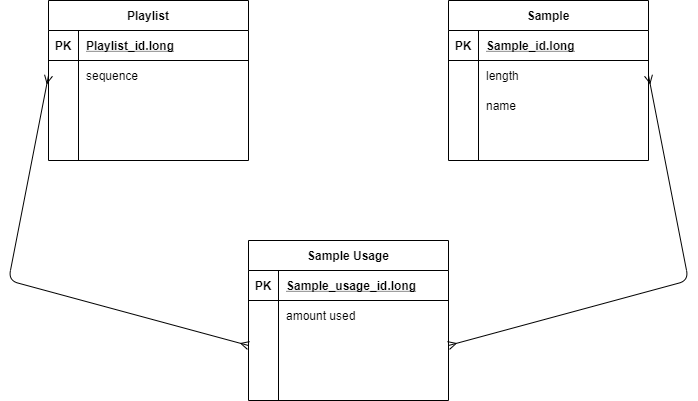
jdrake16/lofi-studio keeps this draw.io diagram as docs/img/erd.png. Above is the earlier version. Source tidied: cells renumbered, new cells last; positions are measured from the earlier drawing's top-left corner, leaving out a move shared by most shapes.
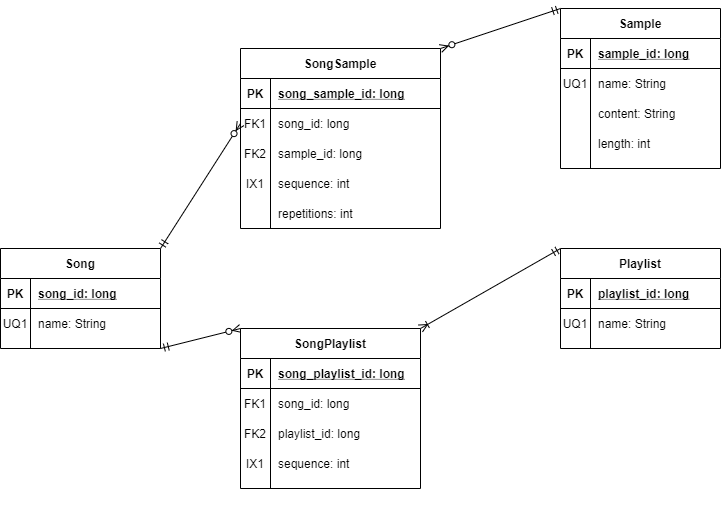
Later version of the same file.

What changed in the source:
```diff
@@ -2,139 +2,194 @@
   <root>
     <mxCell id="0" />
     <mxCell id="1" parent="0" />
-    <mxCell id="2" value="Playlist" style="shape=table;startSize=30;rowLines=0;fontStyle=1;align=center;" parent="1" vertex="1">
-      <mxGeometry x="40" width="200" height="160" as="geometry" />
-    </mxCell>
-    <mxCell id="3" style="shape=partialRectangle;fillColor=none;top=0;left=0;bottom=1;right=0;" parent="2" vertex="1">
-      <mxGeometry y="30" width="200" height="30" as="geometry" />
-    </mxCell>
-    <mxCell id="4" value="PK" style="shape=partialRectangle;fillColor=none;top=0;left=0;bottom=0;right=0;fontStyle=1;overflow=hidden;" parent="3" vertex="1">
-      <mxGeometry width="30" height="30" as="geometry" />
-    </mxCell>
-    <mxCell id="5" value="Playlist_id.long" style="shape=partialRectangle;fillColor=none;top=0;left=0;bottom=0;right=0;align=left;spacingLeft=6;fontStyle=5;overflow=hidden;" parent="3" vertex="1">
-      <mxGeometry x="30" width="170" height="30" as="geometry" />
-    </mxCell>
-    <mxCell id="6" style="shape=partialRectangle;fillColor=none;top=0;left=0;bottom=0;right=0;points=[[0,0.5],[1,0.5]];portConstraint=eastwest;" parent="2" vertex="1">
-      <mxGeometry y="60" width="200" height="30" as="geometry" />
-    </mxCell>
-    <mxCell id="7" style="shape=partialRectangle;fillColor=none;top=0;left=0;bottom=0;right=0;overflow=hidden;" parent="6" vertex="1">
-      <mxGeometry width="30" height="30" as="geometry" />
-    </mxCell>
-    <mxCell id="8" value="sequence" style="shape=partialRectangle;fillColor=none;top=0;left=0;bottom=0;right=0;align=left;spacingLeft=6;overflow=hidden;" parent="6" vertex="1">
-      <mxGeometry x="30" width="170" height="30" as="geometry" />
-    </mxCell>
-    <mxCell id="9" style="shape=partialRectangle;fillColor=none;top=0;left=0;bottom=0;right=0;" parent="2" vertex="1">
-      <mxGeometry y="90" width="200" height="30" as="geometry" />
-    </mxCell>
-    <mxCell id="10" style="shape=partialRectangle;fillColor=none;top=0;left=0;bottom=0;right=0;overflow=hidden;" parent="9" vertex="1">
-      <mxGeometry width="30" height="30" as="geometry" />
-    </mxCell>
-    <mxCell id="11" style="shape=partialRectangle;fillColor=none;top=0;left=0;bottom=0;right=0;align=left;spacingLeft=6;overflow=hidden;" parent="9" vertex="1">
-      <mxGeometry x="30" width="170" height="30" as="geometry" />
-    </mxCell>
-    <mxCell id="12" style="shape=partialRectangle;fillColor=none;top=0;left=0;bottom=0;right=0;" parent="2" vertex="1">
-      <mxGeometry y="120" width="200" height="30" as="geometry" />
-    </mxCell>
-    <mxCell id="13" style="shape=partialRectangle;fillColor=none;top=0;left=0;bottom=0;right=0;overflow=hidden;" parent="12" vertex="1">
-      <mxGeometry width="30" height="30" as="geometry" />
-    </mxCell>
-    <mxCell id="14" style="shape=partialRectangle;fillColor=none;top=0;left=0;bottom=0;right=0;align=left;spacingLeft=6;overflow=hidden;" parent="12" vertex="1">
-      <mxGeometry x="30" width="170" height="30" as="geometry" />
-    </mxCell>
+    <mxCell id="44" style="shape=partialRectangle;fillColor=none;top=0;left=0;bottom=0;right=0;" parent="1" vertex="1">
+      <mxGeometry y="450" width="200" height="30" as="geometry" />
+    </mxCell>
+    <mxCell id="45" style="shape=partialRectangle;fillColor=none;top=0;left=0;bottom=0;right=0;overflow=hidden;" parent="44" vertex="1">
+      <mxGeometry width="30" height="30" as="geometry" />
+    </mxCell>
+    <mxCell id="46" style="shape=partialRectangle;fillColor=none;top=0;left=0;bottom=0;right=0;align=left;spacingLeft=6;overflow=hidden;" parent="44" vertex="1">
+      <mxGeometry x="30" width="170" height="30" as="geometry" />
+    </mxCell>
+    <mxCell id="47" style="shape=partialRectangle;fillColor=none;top=0;left=0;bottom=0;right=0;" parent="1" vertex="1">
+      <mxGeometry x="240" y="150" width="180" height="30" as="geometry" />
+    </mxCell>
+    <mxCell id="48" style="shape=partialRectangle;fillColor=none;top=0;left=0;bottom=0;right=0;overflow=hidden;" parent="47" vertex="1">
+      <mxGeometry width="30" height="30" as="geometry" />
+    </mxCell>
+    <mxCell id="49" value="repetitions: int" style="shape=partialRectangle;fillColor=none;top=0;left=0;bottom=0;right=0;align=left;spacingLeft=6;overflow=hidden;" parent="47" vertex="1">
+      <mxGeometry x="30" width="150" height="30" as="geometry" />
+    </mxCell>
+    <mxCell id="50" style="fontSize=12;html=1;endArrow=ERzeroToMany;endFill=1;exitX=1;exitY=0;exitDx=0;exitDy=0;entryX=0;entryY=0.5;entryDx=0;entryDy=0;startArrow=ERmandOne;startFill=0;" parent="1" edge="1" source="67" target="58">
+      <mxGeometry relative="1" as="geometry" />
+    </mxCell>
+    <mxCell id="51" style="fontSize=12;html=1;endArrow=ERmandOne;endFill=0;entryX=0;entryY=0;entryDx=0;entryDy=0;exitX=1;exitY=0;exitDx=0;exitDy=0;startArrow=ERzeroToMany;startFill=1;" parent="1" edge="1" source="54" target="15">
+      <mxGeometry relative="1" as="geometry" />
+    </mxCell>
+    <mxCell id="52" style="fontSize=12;html=1;endArrow=ERzeroToMany;startArrow=ERmandOne;exitX=1;exitY=1;exitDx=0;exitDy=0;entryX=0;entryY=0;entryDx=0;entryDy=0;endFill=1;" parent="1" edge="1" source="67" target="74">
+      <mxGeometry relative="1" as="geometry" />
+    </mxCell>
+    <mxCell id="53" style="fontSize=12;html=1;endArrow=ERoneToMany;startArrow=ERmandOne;entryX=1;entryY=0;entryDx=0;entryDy=0;endFill=0;exitX=0;exitY=0;exitDx=0;exitDy=0;" parent="1" edge="1" source="2" target="74">
+      <mxGeometry relative="1" as="geometry" />
+    </mxCell>
+    <mxCell id="54" value="SongSample" style="shape=table;startSize=30;rowLines=0;fontStyle=1;align=center;" parent="1" vertex="1">
+      <mxGeometry x="240" width="200" height="180" as="geometry" />
+    </mxCell>
+    <mxCell id="55" style="shape=partialRectangle;fillColor=none;top=0;left=0;bottom=1;right=0;" parent="54" vertex="1">
+      <mxGeometry y="30" width="200" height="30" as="geometry" />
+    </mxCell>
+    <mxCell id="56" value="PK" style="shape=partialRectangle;fillColor=none;top=0;left=0;bottom=0;right=0;fontStyle=1;overflow=hidden;" parent="55" vertex="1">
+      <mxGeometry width="30" height="30" as="geometry" />
+    </mxCell>
+    <mxCell id="57" value="song_sample_id: long" style="shape=partialRectangle;fillColor=none;top=0;left=0;bottom=0;right=0;align=left;spacingLeft=6;fontStyle=5;overflow=hidden;" parent="55" vertex="1">
+      <mxGeometry x="30" width="170" height="30" as="geometry" />
+    </mxCell>
+    <mxCell id="58" style="shape=partialRectangle;fillColor=none;top=0;left=0;bottom=0;right=0;points=[[0,0.5],[1,0.5]];portConstraint=eastwest;" parent="54" vertex="1">
+      <mxGeometry y="60" width="200" height="30" as="geometry" />
+    </mxCell>
+    <mxCell id="59" value="FK1" style="shape=partialRectangle;fillColor=none;top=0;left=0;bottom=0;right=0;overflow=hidden;" parent="58" vertex="1">
+      <mxGeometry width="30" height="30" as="geometry" />
+    </mxCell>
+    <mxCell id="60" value="song_id: long" style="shape=partialRectangle;fillColor=none;top=0;left=0;bottom=0;right=0;align=left;spacingLeft=6;overflow=hidden;" parent="58" vertex="1">
+      <mxGeometry x="30" width="170" height="30" as="geometry" />
+    </mxCell>
+    <mxCell id="61" style="shape=partialRectangle;fillColor=none;top=0;left=0;bottom=0;right=0;" parent="54" vertex="1">
+      <mxGeometry y="90" width="200" height="30" as="geometry" />
+    </mxCell>
+    <mxCell id="62" value="FK2" style="shape=partialRectangle;fillColor=none;top=0;left=0;bottom=0;right=0;overflow=hidden;" parent="61" vertex="1">
+      <mxGeometry width="30" height="30" as="geometry" />
+    </mxCell>
+    <mxCell id="63" value="sample_id: long" style="shape=partialRectangle;fillColor=none;top=0;left=0;bottom=0;right=0;align=left;spacingLeft=6;overflow=hidden;" parent="61" vertex="1">
+      <mxGeometry x="30" width="170" height="30" as="geometry" />
+    </mxCell>
+    <mxCell id="64" style="shape=partialRectangle;fillColor=none;top=0;left=0;bottom=0;right=0;" parent="54" vertex="1">
+      <mxGeometry y="120" width="200" height="30" as="geometry" />
+    </mxCell>
+    <mxCell id="65" value="IX1" style="shape=partialRectangle;fillColor=none;top=0;left=0;bottom=0;right=0;overflow=hidden;" parent="64" vertex="1">
+      <mxGeometry width="30" height="30" as="geometry" />
+    </mxCell>
+    <mxCell id="66" value="sequence: int" style="shape=partialRectangle;fillColor=none;top=0;left=0;bottom=0;right=0;align=left;spacingLeft=6;overflow=hidden;" parent="64" vertex="1">
+      <mxGeometry x="30" width="170" height="30" as="geometry" />
+    </mxCell>
     <mxCell id="15" value="Sample" style="shape=table;startSize=30;rowLines=0;fontStyle=1;align=center;" parent="1" vertex="1">
-      <mxGeometry x="440" width="200" height="160" as="geometry" />
+      <mxGeometry x="560" y="-40" width="160" height="160" as="geometry" />
     </mxCell>
     <mxCell id="16" style="shape=partialRectangle;fillColor=none;top=0;left=0;bottom=1;right=0;" parent="15" vertex="1">
-      <mxGeometry y="30" width="200" height="30" as="geometry" />
+      <mxGeometry y="30" width="160" height="30" as="geometry" />
     </mxCell>
     <mxCell id="17" value="PK" style="shape=partialRectangle;fillColor=none;top=0;left=0;bottom=0;right=0;fontStyle=1;overflow=hidden;" parent="16" vertex="1">
       <mxGeometry width="30" height="30" as="geometry" />
     </mxCell>
-    <mxCell id="18" value="Sample_id.long" style="shape=partialRectangle;fillColor=none;top=0;left=0;bottom=0;right=0;align=left;spacingLeft=6;fontStyle=5;overflow=hidden;" parent="16" vertex="1">
-      <mxGeometry x="30" width="170" height="30" as="geometry" />
+    <mxCell id="18" value="sample_id: long" style="shape=partialRectangle;fillColor=none;top=0;left=0;bottom=0;right=0;align=left;spacingLeft=6;fontStyle=5;overflow=hidden;" parent="16" vertex="1">
+      <mxGeometry x="30" width="130" height="30" as="geometry" />
     </mxCell>
     <mxCell id="19" style="shape=partialRectangle;fillColor=none;top=0;left=0;bottom=0;right=0;points=[[0,0.5],[1,0.5]];portConstraint=eastwest;" parent="15" vertex="1">
-      <mxGeometry y="60" width="200" height="30" as="geometry" />
+      <mxGeometry y="60" width="160" height="30" as="geometry" />
     </mxCell>
-    <mxCell id="20" style="shape=partialRectangle;fillColor=none;top=0;left=0;bottom=0;right=0;overflow=hidden;" parent="19" vertex="1">
+    <mxCell id="20" value="UQ1" style="shape=partialRectangle;fillColor=none;top=0;left=0;bottom=0;right=0;overflow=hidden;" parent="19" vertex="1">
       <mxGeometry width="30" height="30" as="geometry" />
     </mxCell>
-    <mxCell id="21" value="length" style="shape=partialRectangle;fillColor=none;top=0;left=0;bottom=0;right=0;align=left;spacingLeft=6;overflow=hidden;" parent="19" vertex="1">
-      <mxGeometry x="30" width="170" height="30" as="geometry" />
+    <mxCell id="21" value="name: String" style="shape=partialRectangle;fillColor=none;top=0;left=0;bottom=0;right=0;align=left;spacingLeft=6;overflow=hidden;" parent="19" vertex="1">
+      <mxGeometry x="30" width="130" height="30" as="geometry" />
     </mxCell>
     <mxCell id="22" style="shape=partialRectangle;fillColor=none;top=0;left=0;bottom=0;right=0;" parent="15" vertex="1">
-      <mxGeometry y="90" width="200" height="30" as="geometry" />
+      <mxGeometry y="90" width="160" height="30" as="geometry" />
     </mxCell>
     <mxCell id="23" style="shape=partialRectangle;fillColor=none;top=0;left=0;bottom=0;right=0;overflow=hidden;" parent="22" vertex="1">
       <mxGeometry width="30" height="30" as="geometry" />
     </mxCell>
-    <mxCell id="24" value="name" style="shape=partialRectangle;fillColor=none;top=0;left=0;bottom=0;right=0;align=left;spacingLeft=6;overflow=hidden;" parent="22" vertex="1">
-      <mxGeometry x="30" width="170" height="30" as="geometry" />
+    <mxCell id="24" value="content: String" style="shape=partialRectangle;fillColor=none;top=0;left=0;bottom=0;right=0;align=left;spacingLeft=6;overflow=hidden;" parent="22" vertex="1">
+      <mxGeometry x="30" width="130" height="30" as="geometry" />
     </mxCell>
     <mxCell id="25" style="shape=partialRectangle;fillColor=none;top=0;left=0;bottom=0;right=0;" parent="15" vertex="1">
-      <mxGeometry y="120" width="200" height="30" as="geometry" />
+      <mxGeometry y="120" width="160" height="30" as="geometry" />
     </mxCell>
     <mxCell id="26" style="shape=partialRectangle;fillColor=none;top=0;left=0;bottom=0;right=0;overflow=hidden;" parent="25" vertex="1">
       <mxGeometry width="30" height="30" as="geometry" />
     </mxCell>
-    <mxCell id="27" style="shape=partialRectangle;fillColor=none;top=0;left=0;bottom=0;right=0;align=left;spacingLeft=6;overflow=hidden;" parent="25" vertex="1">
-      <mxGeometry x="30" width="170" height="30" as="geometry" />
+    <mxCell id="27" value="length: int" style="shape=partialRectangle;fillColor=none;top=0;left=0;bottom=0;right=0;align=left;spacingLeft=6;overflow=hidden;" parent="25" vertex="1">
+      <mxGeometry x="30" width="130" height="30" as="geometry" />
     </mxCell>
-    <mxCell id="28" value="Sample Usage" style="shape=table;startSize=30;rowLines=0;fontStyle=1;align=center;" parent="1" vertex="1">
-      <mxGeometry x="240" y="240" width="200" height="160" as="geometry" />
-    </mxCell>
-    <mxCell id="29" style="shape=partialRectangle;fillColor=none;top=0;left=0;bottom=1;right=0;" parent="28" vertex="1">
-      <mxGeometry y="30" width="200" height="30" as="geometry" />
-    </mxCell>
-    <mxCell id="30" value="PK" style="shape=partialRectangle;fillColor=none;top=0;left=0;bottom=0;right=0;fontStyle=1;overflow=hidden;" parent="29" vertex="1">
-      <mxGeometry width="30" height="30" as="geometry" />
-    </mxCell>
-    <mxCell id="31" value="Sample_usage_id.long" style="shape=partialRectangle;fillColor=none;top=0;left=0;bottom=0;right=0;align=left;spacingLeft=6;fontStyle=5;overflow=hidden;" parent="29" vertex="1">
-      <mxGeometry x="30" width="170" height="30" as="geometry" />
-    </mxCell>
-    <mxCell id="32" style="shape=partialRectangle;fillColor=none;top=0;left=0;bottom=0;right=0;" parent="28" vertex="1">
-      <mxGeometry y="60" width="200" height="30" as="geometry" />
-    </mxCell>
-    <mxCell id="33" style="shape=partialRectangle;fillColor=none;top=0;left=0;bottom=0;right=0;overflow=hidden;" parent="32" vertex="1">
-      <mxGeometry width="30" height="30" as="geometry" />
-    </mxCell>
-    <mxCell id="34" value="amount used" style="shape=partialRectangle;fillColor=none;top=0;left=0;bottom=0;right=0;align=left;spacingLeft=6;overflow=hidden;" parent="32" vertex="1">
-      <mxGeometry x="30" width="170" height="30" as="geometry" />
-    </mxCell>
-    <mxCell id="35" style="shape=partialRectangle;fillColor=none;top=0;left=0;bottom=0;right=0;points=[[0,0.5],[1,0.5]];portConstraint=eastwest;" parent="28" vertex="1">
-      <mxGeometry y="90" width="200" height="30" as="geometry" />
-    </mxCell>
-    <mxCell id="36" style="shape=partialRectangle;fillColor=none;top=0;left=0;bottom=0;right=0;overflow=hidden;" parent="35" vertex="1">
-      <mxGeometry width="30" height="30" as="geometry" />
-    </mxCell>
-    <mxCell id="37" style="shape=partialRectangle;fillColor=none;top=0;left=0;bottom=0;right=0;align=left;spacingLeft=6;overflow=hidden;" parent="35" vertex="1">
-      <mxGeometry x="30" width="170" height="30" as="geometry" />
-    </mxCell>
-    <mxCell id="38" style="shape=partialRectangle;fillColor=none;top=0;left=0;bottom=0;right=0;" parent="28" vertex="1">
-      <mxGeometry y="120" width="200" height="30" as="geometry" />
-    </mxCell>
-    <mxCell id="39" style="shape=partialRectangle;fillColor=none;top=0;left=0;bottom=0;right=0;overflow=hidden;" parent="38" vertex="1">
-      <mxGeometry width="30" height="30" as="geometry" />
-    </mxCell>
-    <mxCell id="40" style="shape=partialRectangle;fillColor=none;top=0;left=0;bottom=0;right=0;align=left;spacingLeft=6;overflow=hidden;" parent="38" vertex="1">
-      <mxGeometry x="30" width="170" height="30" as="geometry" />
-    </mxCell>
-    <mxCell id="41" style="fontSize=12;html=1;endArrow=ERmany;startArrow=ERmany;entryX=0;entryY=0.5;entryDx=0;entryDy=0;exitX=0;exitY=0.5;exitDx=0;exitDy=0;" parent="1" edge="1" source="35" target="6">
-      <mxGeometry relative="1" as="geometry">
-        <Array as="points">
-          <mxPoint y="280" />
-        </Array>
-      </mxGeometry>
-    </mxCell>
-    <mxCell id="42" style="fontSize=12;html=1;endArrow=ERmany;startArrow=ERmany;exitX=1;exitY=0.5;exitDx=0;exitDy=0;entryX=1;entryY=0.5;entryDx=0;entryDy=0;" parent="1" edge="1" source="35" target="19">
-      <mxGeometry relative="1" as="geometry">
-        <Array as="points">
-          <mxPoint x="680" y="280" />
-        </Array>
-      </mxGeometry>
-    </mxCell>
-    <mxCell id="43" style="shape=partialRectangle;fillColor=none;top=0;left=0;bottom=0;right=0;align=left;spacingLeft=6;overflow=hidden;" parent="1" vertex="1">
-      <mxGeometry x="270" y="330" width="170" height="30" as="geometry" />
-    </mxCell>
+    <mxCell id="67" value="Song" style="shape=table;startSize=30;rowLines=0;fontStyle=1;align=center;" parent="1" vertex="1">
+      <mxGeometry y="200" width="160" height="100" as="geometry" />
+    </mxCell>
+    <mxCell id="68" style="shape=partialRectangle;fillColor=none;top=0;left=0;bottom=1;right=0;" parent="67" vertex="1">
+      <mxGeometry y="30" width="160" height="30" as="geometry" />
+    </mxCell>
+    <mxCell id="69" value="PK" style="shape=partialRectangle;fillColor=none;top=0;left=0;bottom=0;right=0;fontStyle=1;overflow=hidden;" parent="68" vertex="1">
+      <mxGeometry width="30" height="30" as="geometry" />
+    </mxCell>
+    <mxCell id="70" value="song_id: long" style="shape=partialRectangle;fillColor=none;top=0;left=0;bottom=0;right=0;align=left;spacingLeft=6;fontStyle=5;overflow=hidden;" parent="68" vertex="1">
+      <mxGeometry x="30" width="130" height="30" as="geometry" />
+    </mxCell>
+    <mxCell id="71" style="shape=partialRectangle;fillColor=none;top=0;left=0;bottom=0;right=0;" parent="67" vertex="1">
+      <mxGeometry y="60" width="160" height="30" as="geometry" />
+    </mxCell>
+    <mxCell id="72" value="UQ1" style="shape=partialRectangle;fillColor=none;top=0;left=0;bottom=0;right=0;overflow=hidden;" parent="71" vertex="1">
+      <mxGeometry width="30" height="30" as="geometry" />
+    </mxCell>
+    <mxCell id="73" value="name: String" style="shape=partialRectangle;fillColor=none;top=0;left=0;bottom=0;right=0;align=left;spacingLeft=6;overflow=hidden;" parent="71" vertex="1">
+      <mxGeometry x="30" width="130" height="30" as="geometry" />
+    </mxCell>
+    <mxCell id="74" value="SongPlaylist" style="shape=table;startSize=30;rowLines=0;fontStyle=1;align=center;" parent="1" vertex="1">
+      <mxGeometry x="240" y="280" width="180" height="160" as="geometry" />
+    </mxCell>
+    <mxCell id="75" style="shape=partialRectangle;fillColor=none;top=0;left=0;bottom=1;right=0;" parent="74" vertex="1">
+      <mxGeometry y="30" width="180" height="30" as="geometry" />
+    </mxCell>
+    <mxCell id="76" value="PK" style="shape=partialRectangle;fillColor=none;top=0;left=0;bottom=0;right=0;fontStyle=1;overflow=hidden;" parent="75" vertex="1">
+      <mxGeometry width="30" height="30" as="geometry" />
+    </mxCell>
+    <mxCell id="77" value="song_playlist_id: long" style="shape=partialRectangle;fillColor=none;top=0;left=0;bottom=0;right=0;align=left;spacingLeft=6;fontStyle=5;overflow=hidden;" parent="75" vertex="1">
+      <mxGeometry x="30" width="150" height="30" as="geometry" />
+    </mxCell>
+    <mxCell id="78" style="shape=partialRectangle;fillColor=none;top=0;left=0;bottom=0;right=0;" parent="74" vertex="1">
+      <mxGeometry y="60" width="180" height="30" as="geometry" />
+    </mxCell>
+    <mxCell id="79" value="FK1" style="shape=partialRectangle;fillColor=none;top=0;left=0;bottom=0;right=0;overflow=hidden;" parent="78" vertex="1">
+      <mxGeometry width="30" height="30" as="geometry" />
+    </mxCell>
+    <mxCell id="80" value="song_id: long" style="shape=partialRectangle;fillColor=none;top=0;left=0;bottom=0;right=0;align=left;spacingLeft=6;overflow=hidden;" parent="78" vertex="1">
+      <mxGeometry x="30" width="150" height="30" as="geometry" />
+    </mxCell>
+    <mxCell id="81" style="shape=partialRectangle;fillColor=none;top=0;left=0;bottom=0;right=0;" parent="74" vertex="1">
+      <mxGeometry y="90" width="180" height="30" as="geometry" />
+    </mxCell>
+    <mxCell id="82" value="FK2" style="shape=partialRectangle;fillColor=none;top=0;left=0;bottom=0;right=0;overflow=hidden;" parent="81" vertex="1">
+      <mxGeometry width="30" height="30" as="geometry" />
+    </mxCell>
+    <mxCell id="83" value="playlist_id: long" style="shape=partialRectangle;fillColor=none;top=0;left=0;bottom=0;right=0;align=left;spacingLeft=6;overflow=hidden;" parent="81" vertex="1">
+      <mxGeometry x="30" width="150" height="30" as="geometry" />
+    </mxCell>
+    <mxCell id="84" style="shape=partialRectangle;fillColor=none;top=0;left=0;bottom=0;right=0;" parent="74" vertex="1">
+      <mxGeometry y="120" width="180" height="30" as="geometry" />
+    </mxCell>
+    <mxCell id="85" value="IX1" style="shape=partialRectangle;fillColor=none;top=0;left=0;bottom=0;right=0;overflow=hidden;" parent="84" vertex="1">
+      <mxGeometry width="30" height="30" as="geometry" />
+    </mxCell>
+    <mxCell id="86" value="sequence: int" style="shape=partialRectangle;fillColor=none;top=0;left=0;bottom=0;right=0;align=left;spacingLeft=6;overflow=hidden;" parent="84" vertex="1">
+      <mxGeometry x="30" width="150" height="30" as="geometry" />
+    </mxCell>
+    <mxCell id="2" value="Playlist" style="shape=table;startSize=30;rowLines=0;fontStyle=1;align=center;" parent="1" vertex="1">
+      <mxGeometry x="560" y="200" width="160" height="100" as="geometry" />
+    </mxCell>
+    <mxCell id="87" style="shape=partialRectangle;fillColor=none;top=0;left=0;bottom=1;right=0;" parent="2" vertex="1">
+      <mxGeometry y="30" width="160" height="30" as="geometry" />
+    </mxCell>
+    <mxCell id="88" value="PK" style="shape=partialRectangle;fillColor=none;top=0;left=0;bottom=0;right=0;fontStyle=1;overflow=hidden;" parent="87" vertex="1">
+      <mxGeometry width="30" height="30" as="geometry" />
+    </mxCell>
+    <mxCell id="89" value="playlist_id: long" style="shape=partialRectangle;fillColor=none;top=0;left=0;bottom=0;right=0;align=left;spacingLeft=6;fontStyle=5;overflow=hidden;" parent="87" vertex="1">
+      <mxGeometry x="30" width="130" height="30" as="geometry" />
+    </mxCell>
+    <mxCell id="90" style="shape=partialRectangle;fillColor=none;top=0;left=0;bottom=0;right=0;" parent="2" vertex="1">
+      <mxGeometry y="60" width="160" height="30" as="geometry" />
+    </mxCell>
+    <mxCell id="91" value="UQ1" style="shape=partialRectangle;fillColor=none;top=0;left=0;bottom=0;right=0;overflow=hidden;" parent="90" vertex="1">
+      <mxGeometry width="30" height="30" as="geometry" />
+    </mxCell>
+    <mxCell id="92" value="name: String" style="shape=partialRectangle;fillColor=none;top=0;left=0;bottom=0;right=0;align=left;spacingLeft=6;overflow=hidden;" parent="90" vertex="1">
+      <mxGeometry x="30" width="130" height="30" as="geometry" />
+    </mxCell>
   </root>
 </mxGraphModel>
```
